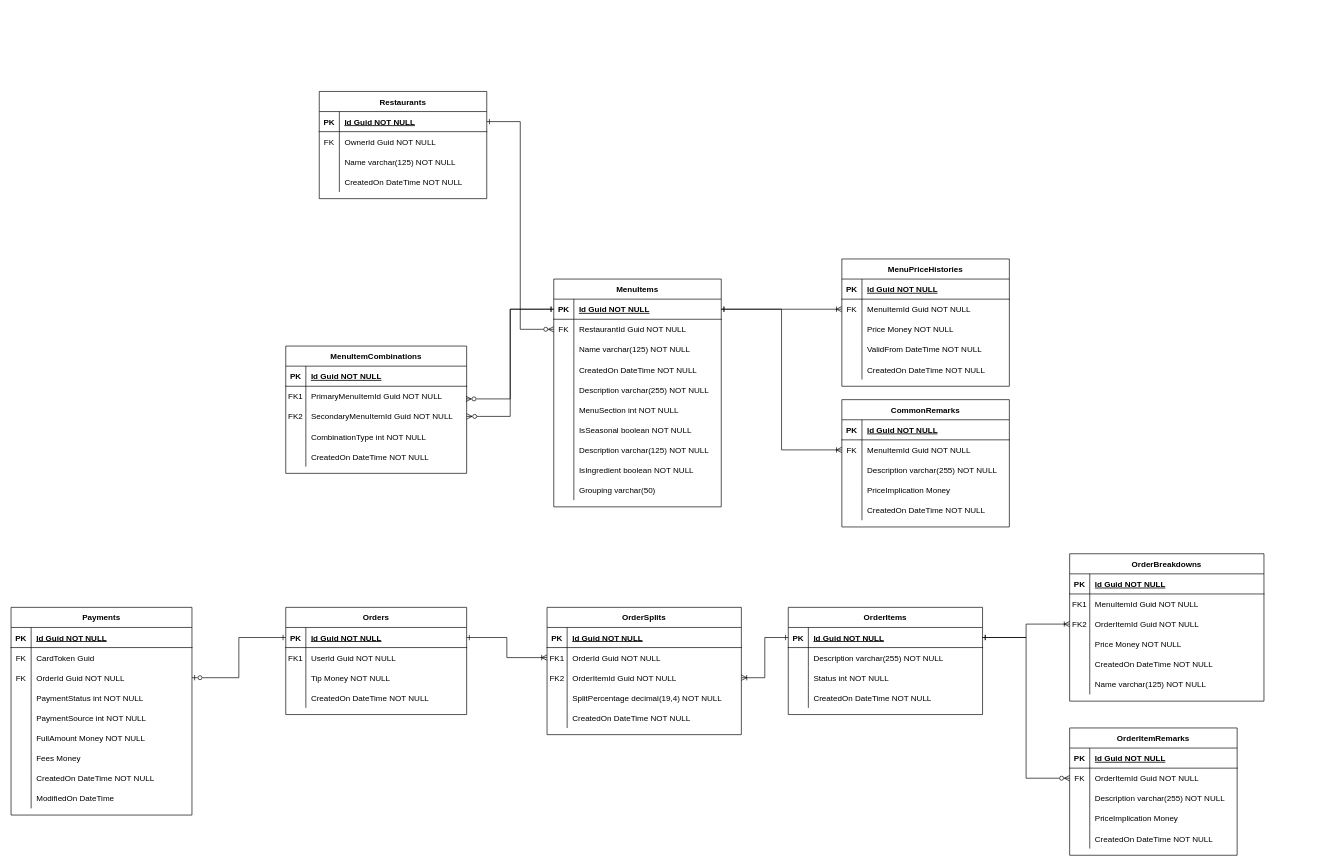
ZandreBroodryk/restaurant-thing keeps this draw.io diagram as Restaurantthing.drawio. Above is the earlier version. Source tidied: cells renumbered, new cells numbered last; positions are measured from the earlier drawing's top-left corner, leaving out a move shared by most shapes. Both pictures are drawn from the tidied source at 67%, with x=0, y=0 at pixel (11, 91).
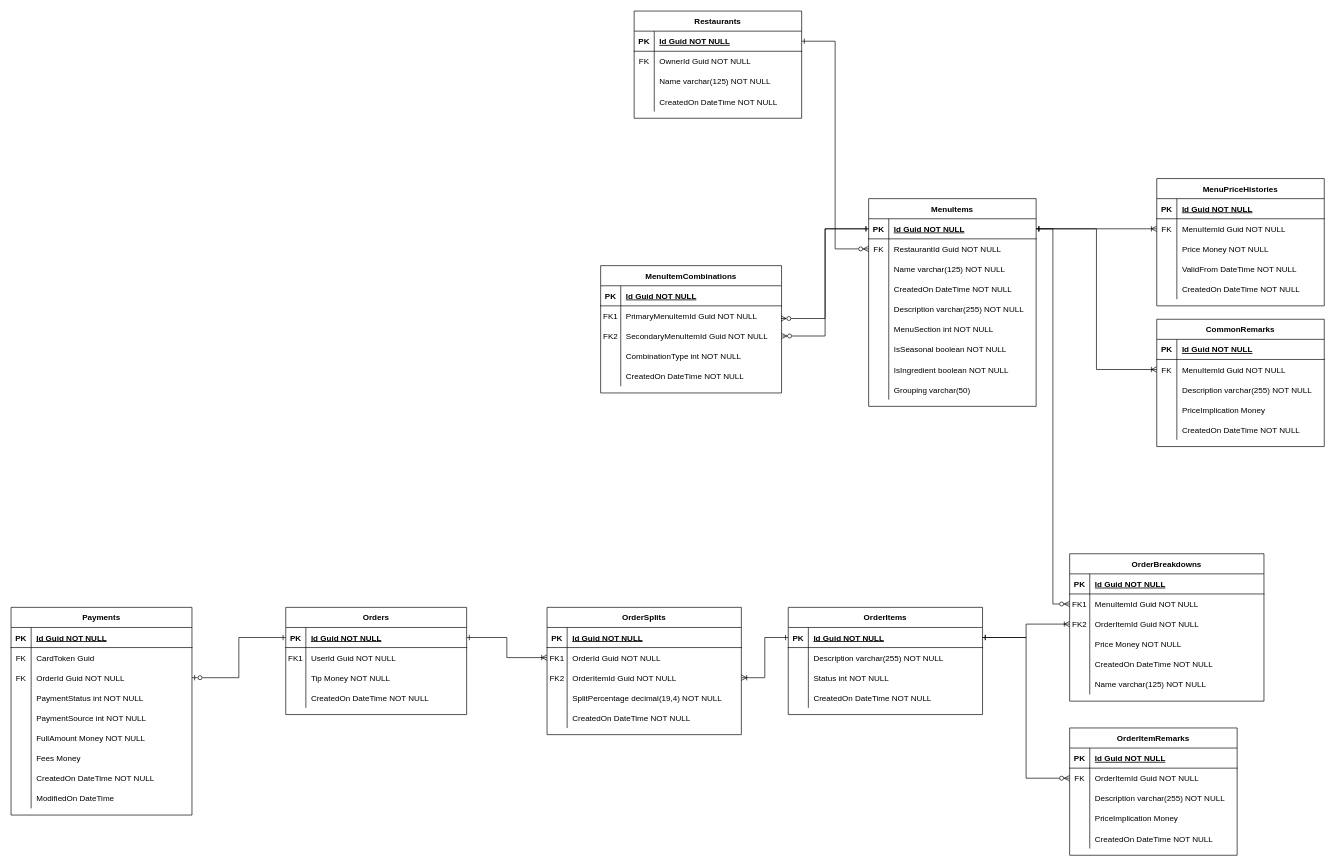
After the change.

Unchanged cells that the change refers to:
```xml
<mxCell id="16" style="shape=partialRectangle;fillColor=none;points=[[0,0.5],[1,0.5]];portConstraint=eastwest;top=0;left=0;right=0;bottom=1;" parent="15" vertex="1">
  <mxGeometry y="30" width="250" height="30" as="geometry" />
</mxCell>
<mxCell id="175" style="shape=partialRectangle;fillColor=none;points=[[0,0.5],[1,0.5]];portConstraint=eastwest;top=0;left=0;right=0;bottom=0;" parent="171" vertex="1">
  <mxGeometry y="60" width="290" height="30" as="geometry" />
</mxCell>
```

What changed in the source:
```diff
@@
     <mxCell id="2" value="Restaurants" style="shape=table;startSize=30;childLayout=tableLayout;rowLines=0;fontStyle=1;align=center;" parent="1" vertex="1">
-      <mxGeometry x="460" width="250" height="160" as="geometry" />
+      <mxGeometry x="930" y="-120" width="250" height="160" as="geometry" />
     </mxCell>
@@
     <mxCell id="15" value="MenuItems" style="shape=table;startSize=30;childLayout=tableLayout;rowLines=0;fontStyle=1;align=center;" parent="1" vertex="1">
-      <mxGeometry x="810" y="280" width="250" height="340" as="geometry" />
+      <mxGeometry x="1280" y="160" width="250" height="310" as="geometry" />
     </mxCell>
@@
-    <mxCell id="37" style="shape=partialRectangle;fillColor=none;top=0;left=0;right=0;bottom=0;" parent="15" vertex="1">
-      <mxGeometry y="240" width="250" height="30" as="geometry" />
-    </mxCell>
-    <mxCell id="38" style="shape=partialRectangle;overflow=hidden;fillColor=none;top=0;left=0;bottom=0;right=0;" parent="37" vertex="1">
-      <mxGeometry width="30" height="30" as="geometry" />
-    </mxCell>
-    <mxCell id="39" value="Description varchar(125) NOT NULL" style="shape=partialRectangle;overflow=hidden;fillColor=none;top=0;left=0;bottom=0;right=0;align=left;spacingLeft=6;" parent="37" vertex="1">
-      <mxGeometry x="30" width="220" height="30" as="geometry" />
-    </mxCell>
     <mxCell id="40" style="shape=partialRectangle;fillColor=none;top=0;left=0;right=0;bottom=0;" parent="15" vertex="1">
-      <mxGeometry y="270" width="250" height="30" as="geometry" />
+      <mxGeometry y="240" width="250" height="30" as="geometry" />
     </mxCell>
@@
     <mxCell id="43" style="shape=partialRectangle;fillColor=none;top=0;left=0;right=0;bottom=0;" parent="15" vertex="1">
-      <mxGeometry y="300" width="250" height="30" as="geometry" />
+      <mxGeometry y="270" width="250" height="30" as="geometry" />
     </mxCell>
@@
     <mxCell id="47" value="MenuItemCombinations" style="shape=table;startSize=30;childLayout=tableLayout;rowLines=0;fontStyle=1;align=center;" parent="1" vertex="1">
-      <mxGeometry x="410" y="380" width="270" height="190" as="geometry" />
+      <mxGeometry x="880" y="260" width="270" height="190" as="geometry" />
     </mxCell>
@@
     <mxCell id="63" value="MenuPriceHistories" style="shape=table;startSize=30;childLayout=tableLayout;rowLines=0;fontStyle=1;align=center;" parent="1" vertex="1">
-      <mxGeometry x="1240" y="250" width="250" height="190" as="geometry" />
+      <mxGeometry x="1710" y="130" width="250" height="190" as="geometry" />
     </mxCell>
@@
     <mxCell id="82" value="CommonRemarks" style="shape=table;startSize=30;childLayout=tableLayout;rowLines=0;fontStyle=1;align=center;" parent="1" vertex="1">
-      <mxGeometry x="1240" y="460" width="250" height="190" as="geometry" />
+      <mxGeometry x="1710" y="340" width="250" height="190" as="geometry" />
     </mxCell>
@@
+    <mxCell id="209" style="edgeStyle=orthogonalEdgeStyle;rounded=0;jettySize=auto;html=1;endArrow=ERzeroToMany;endFill=0;startArrow=ERone;startFill=0;" parent="1" edge="1" source="16" target="175">
+      <mxGeometry relative="1" as="geometry" />
+    </mxCell>
```
